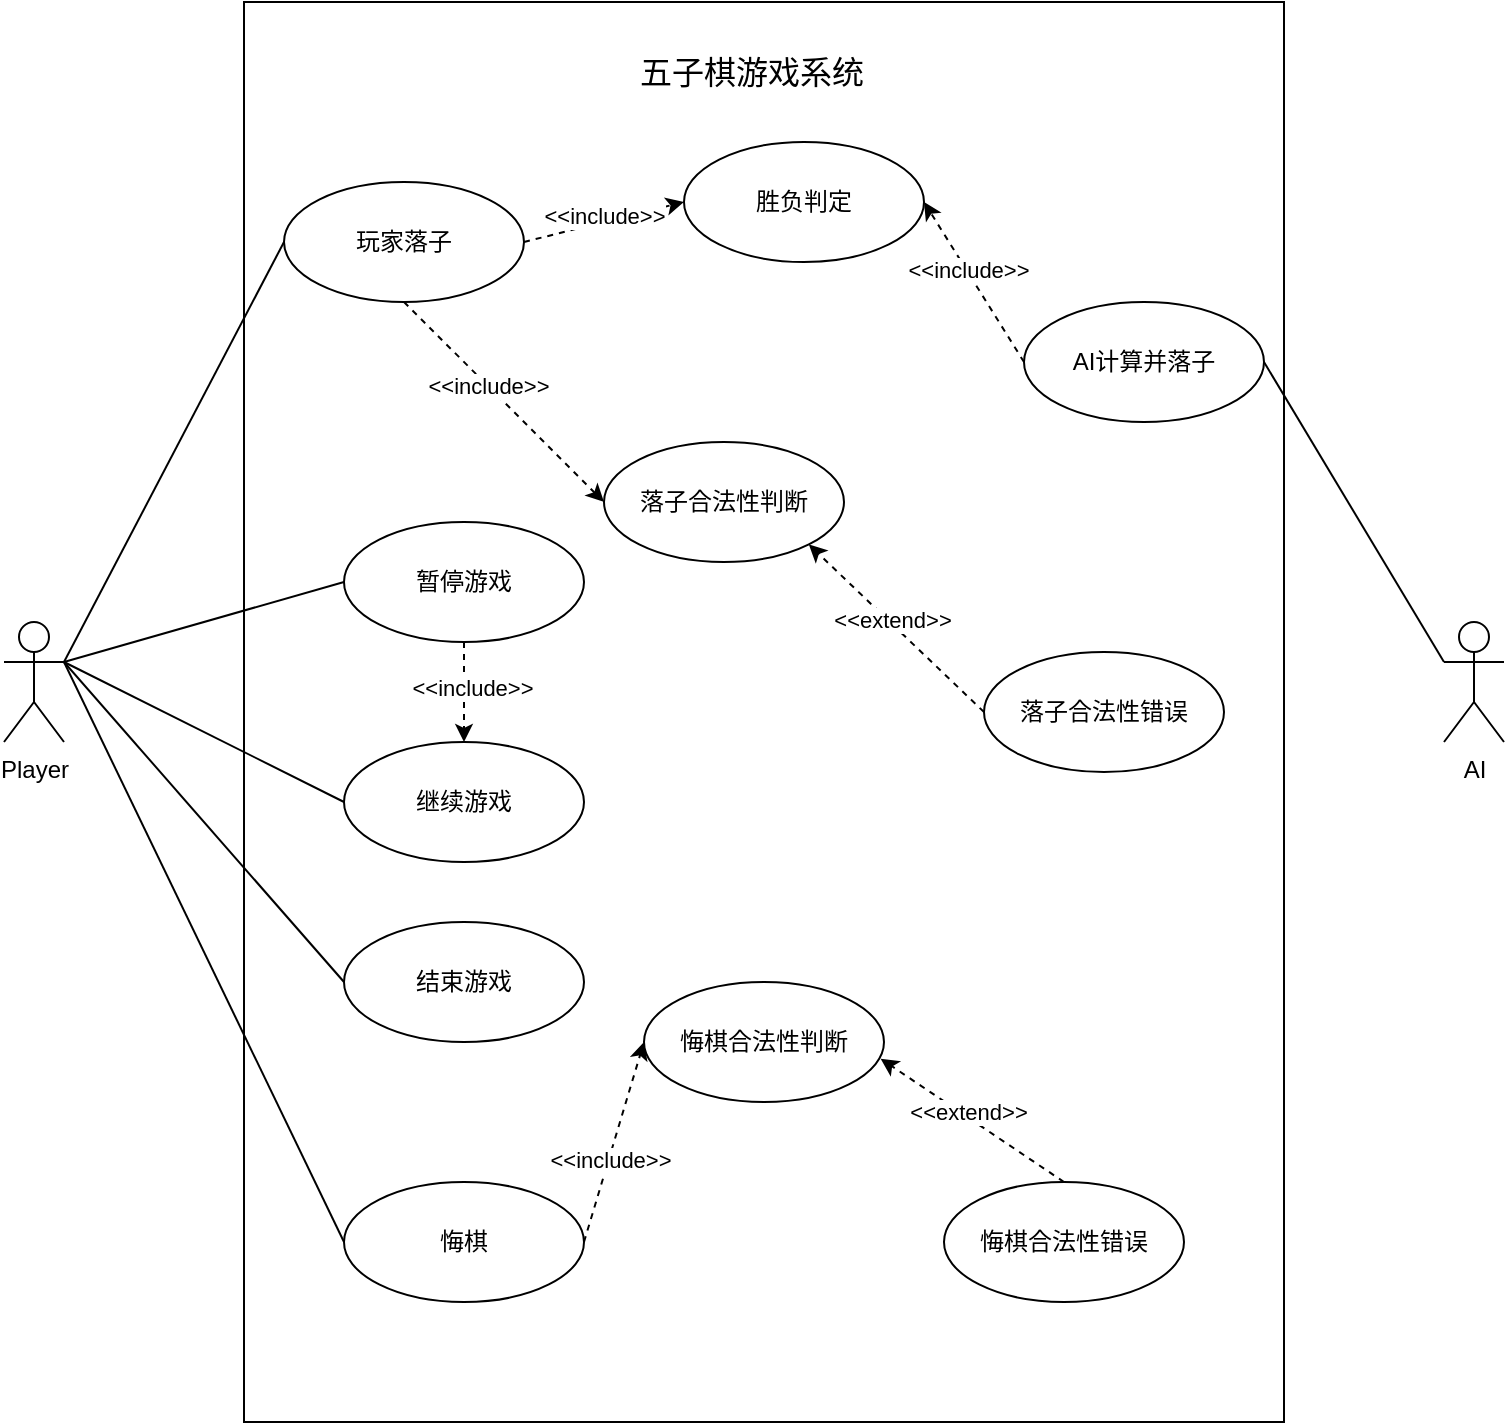
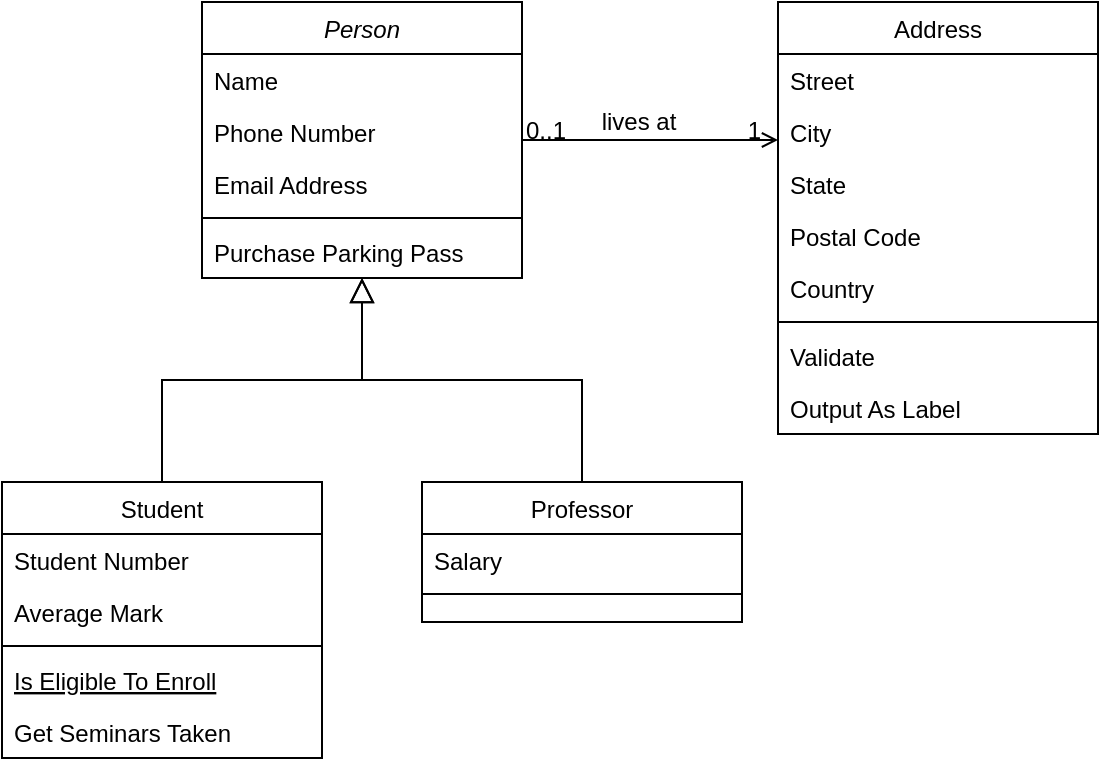
<mxfile host="app.diagrams.net">
-   <diagram name="Page-1" id="mYUad11Odgced4m4luzt">
-     <mxGraphModel dx="1201" dy="825" grid="1" gridSize="10" guides="1" tooltips="1" connect="1" arrows="1" fold="1" page="1" pageScale="1" pageWidth="827" pageHeight="1169" math="0" shadow="0">
+   <diagram id="C5RBs43oDa-KdzZeNtuy" name="Page-1">
+     <mxGraphModel dx="1223" dy="871" grid="1" gridSize="10" guides="1" tooltips="1" connect="1" arrows="1" fold="1" page="1" pageScale="1" pageWidth="827" pageHeight="1169" math="0" shadow="0">
      <root>
-         <mxCell id="0" />
-         <mxCell id="1" parent="0" />
-         <mxCell id="FT644iExh8YyQrtBqDw--9" parent="1" style="shape=umlActor;verticalLabelPosition=bottom;verticalAlign=top;html=1;outlineConnect=0;" value="Player" vertex="1">
-           <mxGeometry height="60" width="30" x="40" y="460" as="geometry" />
-         </mxCell>
-         <mxCell id="FT644iExh8YyQrtBqDw--10" parent="1" style="rounded=0;whiteSpace=wrap;html=1;" value="" vertex="1">
-           <mxGeometry height="710" width="520" x="160" y="150" as="geometry" />
-         </mxCell>
-         <mxCell id="FT644iExh8YyQrtBqDw--8" parent="1" style="text;html=1;whiteSpace=wrap;strokeColor=none;fillColor=none;align=center;verticalAlign=middle;rounded=0;" value="&lt;font style=&quot;font-size: 16px;&quot;&gt;五子棋游戏系统&lt;/font&gt;" vertex="1">
-           <mxGeometry height="30" width="240" x="294" y="170" as="geometry" />
-         </mxCell>
-         <mxCell id="fBbN4jeV9DzmqmJLsIvL-6" edge="1" parent="1" source="FT644iExh8YyQrtBqDw--14" style="rounded=0;orthogonalLoop=1;jettySize=auto;html=1;exitX=0;exitY=0.3333333333333333;exitDx=0;exitDy=0;exitPerimeter=0;entryX=1;entryY=0.5;entryDx=0;entryDy=0;endArrow=none;endFill=0;" target="FT644iExh8YyQrtBqDw--17">
-           <mxGeometry relative="1" as="geometry" />
-         </mxCell>
-         <mxCell id="FT644iExh8YyQrtBqDw--14" parent="1" style="shape=umlActor;verticalLabelPosition=bottom;verticalAlign=top;html=1;outlineConnect=0;" value="AI&lt;div&gt;&lt;br&gt;&lt;/div&gt;" vertex="1">
-           <mxGeometry height="60" width="30" x="760" y="460" as="geometry" />
-         </mxCell>
-         <mxCell id="fBbN4jeV9DzmqmJLsIvL-8" edge="1" parent="1" source="FT644iExh8YyQrtBqDw--16" style="rounded=0;orthogonalLoop=1;jettySize=auto;html=1;exitX=1;exitY=0.5;exitDx=0;exitDy=0;entryX=0;entryY=0.5;entryDx=0;entryDy=0;dashed=1;" target="fBbN4jeV9DzmqmJLsIvL-7">
-           <mxGeometry relative="1" as="geometry" />
-         </mxCell>
-         <mxCell id="fBbN4jeV9DzmqmJLsIvL-10" connectable="0" parent="fBbN4jeV9DzmqmJLsIvL-8" style="edgeLabel;html=1;align=center;verticalAlign=middle;resizable=0;points=[];" value="&amp;lt;&amp;lt;include&amp;gt;&amp;gt;" vertex="1">
-           <mxGeometry relative="1" x="0.0178" y="3" as="geometry">
-             <mxPoint as="offset" />
+         <mxCell id="WIyWlLk6GJQsqaUBKTNV-0" />
+         <mxCell id="WIyWlLk6GJQsqaUBKTNV-1" parent="WIyWlLk6GJQsqaUBKTNV-0" />
+         <mxCell id="zkfFHV4jXpPFQw0GAbJ--0" value="Person" style="swimlane;fontStyle=2;align=center;verticalAlign=top;childLayout=stackLayout;horizontal=1;startSize=26;horizontalStack=0;resizeParent=1;resizeLast=0;collapsible=1;marginBottom=0;rounded=0;shadow=0;strokeWidth=1;" parent="WIyWlLk6GJQsqaUBKTNV-1" vertex="1">
+           <mxGeometry x="220" y="120" width="160" height="138" as="geometry">
+             <mxRectangle x="230" y="140" width="160" height="26" as="alternateBounds" />
          </mxGeometry>
        </mxCell>
-         <mxCell id="FT644iExh8YyQrtBqDw--16" parent="1" style="ellipse;whiteSpace=wrap;html=1;" value="玩家落子" vertex="1">
-           <mxGeometry height="60" width="120" x="180" y="240" as="geometry" />
+         <mxCell id="zkfFHV4jXpPFQw0GAbJ--1" value="Name" style="text;align=left;verticalAlign=top;spacingLeft=4;spacingRight=4;overflow=hidden;rotatable=0;points=[[0,0.5],[1,0.5]];portConstraint=eastwest;" parent="zkfFHV4jXpPFQw0GAbJ--0" vertex="1">
+           <mxGeometry y="26" width="160" height="26" as="geometry" />
        </mxCell>
-         <mxCell id="FT644iExh8YyQrtBqDw--17" parent="1" style="ellipse;whiteSpace=wrap;html=1;" value="AI计算并落子" vertex="1">
-           <mxGeometry height="60" width="120" x="550" y="300" as="geometry" />
+         <mxCell id="zkfFHV4jXpPFQw0GAbJ--2" value="Phone Number" style="text;align=left;verticalAlign=top;spacingLeft=4;spacingRight=4;overflow=hidden;rotatable=0;points=[[0,0.5],[1,0.5]];portConstraint=eastwest;rounded=0;shadow=0;html=0;" parent="zkfFHV4jXpPFQw0GAbJ--0" vertex="1">
+           <mxGeometry y="52" width="160" height="26" as="geometry" />
        </mxCell>
-         <mxCell id="fBbN4jeV9DzmqmJLsIvL-12" edge="1" parent="1" source="FT644iExh8YyQrtBqDw--18" style="rounded=0;orthogonalLoop=1;jettySize=auto;html=1;dashed=1;" target="FT644iExh8YyQrtBqDw--19" value="">
-           <mxGeometry relative="1" as="geometry" />
+         <mxCell id="zkfFHV4jXpPFQw0GAbJ--3" value="Email Address" style="text;align=left;verticalAlign=top;spacingLeft=4;spacingRight=4;overflow=hidden;rotatable=0;points=[[0,0.5],[1,0.5]];portConstraint=eastwest;rounded=0;shadow=0;html=0;" parent="zkfFHV4jXpPFQw0GAbJ--0" vertex="1">
+           <mxGeometry y="78" width="160" height="26" as="geometry" />
        </mxCell>
-         <mxCell id="fBbN4jeV9DzmqmJLsIvL-14" connectable="0" parent="fBbN4jeV9DzmqmJLsIvL-12" style="edgeLabel;html=1;align=center;verticalAlign=middle;resizable=0;points=[];" value="&amp;lt;&amp;lt;include&amp;gt;&amp;gt;" vertex="1">
-           <mxGeometry relative="1" x="-0.1067" y="4" as="geometry">
-             <mxPoint as="offset" />
+         <mxCell id="zkfFHV4jXpPFQw0GAbJ--4" value="" style="line;html=1;strokeWidth=1;align=left;verticalAlign=middle;spacingTop=-1;spacingLeft=3;spacingRight=3;rotatable=0;labelPosition=right;points=[];portConstraint=eastwest;" parent="zkfFHV4jXpPFQw0GAbJ--0" vertex="1">
+           <mxGeometry y="104" width="160" height="8" as="geometry" />
+         </mxCell>
+         <mxCell id="zkfFHV4jXpPFQw0GAbJ--5" value="Purchase Parking Pass" style="text;align=left;verticalAlign=top;spacingLeft=4;spacingRight=4;overflow=hidden;rotatable=0;points=[[0,0.5],[1,0.5]];portConstraint=eastwest;" parent="zkfFHV4jXpPFQw0GAbJ--0" vertex="1">
+           <mxGeometry y="112" width="160" height="26" as="geometry" />
+         </mxCell>
+         <mxCell id="zkfFHV4jXpPFQw0GAbJ--6" value="Student" style="swimlane;fontStyle=0;align=center;verticalAlign=top;childLayout=stackLayout;horizontal=1;startSize=26;horizontalStack=0;resizeParent=1;resizeLast=0;collapsible=1;marginBottom=0;rounded=0;shadow=0;strokeWidth=1;" parent="WIyWlLk6GJQsqaUBKTNV-1" vertex="1">
+           <mxGeometry x="120" y="360" width="160" height="138" as="geometry">
+             <mxRectangle x="130" y="380" width="160" height="26" as="alternateBounds" />
          </mxGeometry>
        </mxCell>
-         <mxCell id="FT644iExh8YyQrtBqDw--18" parent="1" style="ellipse;whiteSpace=wrap;html=1;" value="暂停游戏" vertex="1">
-           <mxGeometry height="60" width="120" x="210" y="410" as="geometry" />
+         <mxCell id="zkfFHV4jXpPFQw0GAbJ--7" value="Student Number" style="text;align=left;verticalAlign=top;spacingLeft=4;spacingRight=4;overflow=hidden;rotatable=0;points=[[0,0.5],[1,0.5]];portConstraint=eastwest;" parent="zkfFHV4jXpPFQw0GAbJ--6" vertex="1">
+           <mxGeometry y="26" width="160" height="26" as="geometry" />
        </mxCell>
-         <mxCell id="FT644iExh8YyQrtBqDw--19" parent="1" style="ellipse;whiteSpace=wrap;html=1;" value="继续游戏" vertex="1">
-           <mxGeometry height="60" width="120" x="210" y="520" as="geometry" />
+         <mxCell id="zkfFHV4jXpPFQw0GAbJ--8" value="Average Mark" style="text;align=left;verticalAlign=top;spacingLeft=4;spacingRight=4;overflow=hidden;rotatable=0;points=[[0,0.5],[1,0.5]];portConstraint=eastwest;rounded=0;shadow=0;html=0;" parent="zkfFHV4jXpPFQw0GAbJ--6" vertex="1">
+           <mxGeometry y="52" width="160" height="26" as="geometry" />
        </mxCell>
-         <mxCell id="FT644iExh8YyQrtBqDw--20" parent="1" style="ellipse;whiteSpace=wrap;html=1;" value="结束游戏" vertex="1">
-           <mxGeometry height="60" width="120" x="210" y="610" as="geometry" />
+         <mxCell id="zkfFHV4jXpPFQw0GAbJ--9" value="" style="line;html=1;strokeWidth=1;align=left;verticalAlign=middle;spacingTop=-1;spacingLeft=3;spacingRight=3;rotatable=0;labelPosition=right;points=[];portConstraint=eastwest;" parent="zkfFHV4jXpPFQw0GAbJ--6" vertex="1">
+           <mxGeometry y="78" width="160" height="8" as="geometry" />
        </mxCell>
-         <mxCell id="FT644iExh8YyQrtBqDw--21" parent="1" style="ellipse;whiteSpace=wrap;html=1;" value="悔棋" vertex="1">
-           <mxGeometry height="60" width="120" x="210" y="740" as="geometry" />
+         <mxCell id="zkfFHV4jXpPFQw0GAbJ--10" value="Is Eligible To Enroll" style="text;align=left;verticalAlign=top;spacingLeft=4;spacingRight=4;overflow=hidden;rotatable=0;points=[[0,0.5],[1,0.5]];portConstraint=eastwest;fontStyle=4" parent="zkfFHV4jXpPFQw0GAbJ--6" vertex="1">
+           <mxGeometry y="86" width="160" height="26" as="geometry" />
        </mxCell>
-         <mxCell id="fBbN4jeV9DzmqmJLsIvL-1" edge="1" parent="1" source="FT644iExh8YyQrtBqDw--9" style="rounded=0;orthogonalLoop=1;jettySize=auto;html=1;exitX=1;exitY=0.3333333333333333;exitDx=0;exitDy=0;exitPerimeter=0;entryX=0;entryY=0.5;entryDx=0;entryDy=0;endArrow=none;endFill=0;" target="FT644iExh8YyQrtBqDw--16">
-           <mxGeometry relative="1" as="geometry" />
+         <mxCell id="zkfFHV4jXpPFQw0GAbJ--11" value="Get Seminars Taken" style="text;align=left;verticalAlign=top;spacingLeft=4;spacingRight=4;overflow=hidden;rotatable=0;points=[[0,0.5],[1,0.5]];portConstraint=eastwest;" parent="zkfFHV4jXpPFQw0GAbJ--6" vertex="1">
+           <mxGeometry y="112" width="160" height="26" as="geometry" />
        </mxCell>
-         <mxCell id="fBbN4jeV9DzmqmJLsIvL-2" edge="1" parent="1" source="FT644iExh8YyQrtBqDw--9" style="rounded=0;orthogonalLoop=1;jettySize=auto;html=1;exitX=1;exitY=0.3333333333333333;exitDx=0;exitDy=0;exitPerimeter=0;entryX=0;entryY=0.5;entryDx=0;entryDy=0;endArrow=none;endFill=0;" target="FT644iExh8YyQrtBqDw--18">
-           <mxGeometry relative="1" as="geometry" />
-         </mxCell>
-         <mxCell id="fBbN4jeV9DzmqmJLsIvL-3" edge="1" parent="1" source="FT644iExh8YyQrtBqDw--9" style="rounded=0;orthogonalLoop=1;jettySize=auto;html=1;exitX=1;exitY=0.3333333333333333;exitDx=0;exitDy=0;exitPerimeter=0;entryX=0;entryY=0.5;entryDx=0;entryDy=0;endArrow=none;endFill=0;" target="FT644iExh8YyQrtBqDw--19">
-           <mxGeometry relative="1" as="geometry" />
-         </mxCell>
-         <mxCell id="fBbN4jeV9DzmqmJLsIvL-4" edge="1" parent="1" source="FT644iExh8YyQrtBqDw--9" style="rounded=0;orthogonalLoop=1;jettySize=auto;html=1;exitX=1;exitY=0.3333333333333333;exitDx=0;exitDy=0;exitPerimeter=0;entryX=0;entryY=0.5;entryDx=0;entryDy=0;endArrow=none;endFill=0;" target="FT644iExh8YyQrtBqDw--20">
-           <mxGeometry relative="1" as="geometry" />
-         </mxCell>
-         <mxCell id="fBbN4jeV9DzmqmJLsIvL-5" edge="1" parent="1" source="FT644iExh8YyQrtBqDw--9" style="rounded=0;orthogonalLoop=1;jettySize=auto;html=1;exitX=1;exitY=0.3333333333333333;exitDx=0;exitDy=0;exitPerimeter=0;entryX=0;entryY=0.5;entryDx=0;entryDy=0;endArrow=none;endFill=0;" target="FT644iExh8YyQrtBqDw--21">
-           <mxGeometry relative="1" as="geometry" />
-         </mxCell>
-         <mxCell id="fBbN4jeV9DzmqmJLsIvL-7" parent="1" style="ellipse;whiteSpace=wrap;html=1;" value="胜负判定" vertex="1">
-           <mxGeometry height="60" width="120" x="380" y="220" as="geometry" />
-         </mxCell>
-         <mxCell id="fBbN4jeV9DzmqmJLsIvL-9" edge="1" parent="1" source="FT644iExh8YyQrtBqDw--17" style="rounded=0;orthogonalLoop=1;jettySize=auto;html=1;exitX=0;exitY=0.5;exitDx=0;exitDy=0;entryX=1;entryY=0.5;entryDx=0;entryDy=0;dashed=1;" target="fBbN4jeV9DzmqmJLsIvL-7">
-           <mxGeometry relative="1" as="geometry">
-             <mxPoint x="390" y="310" as="sourcePoint" />
-             <mxPoint x="480" y="280" as="targetPoint" />
+         <mxCell id="zkfFHV4jXpPFQw0GAbJ--12" value="" style="endArrow=block;endSize=10;endFill=0;shadow=0;strokeWidth=1;rounded=0;curved=0;edgeStyle=elbowEdgeStyle;elbow=vertical;" parent="WIyWlLk6GJQsqaUBKTNV-1" source="zkfFHV4jXpPFQw0GAbJ--6" target="zkfFHV4jXpPFQw0GAbJ--0" edge="1">
+           <mxGeometry width="160" relative="1" as="geometry">
+             <mxPoint x="200" y="203" as="sourcePoint" />
+             <mxPoint x="200" y="203" as="targetPoint" />
          </mxGeometry>
        </mxCell>
-         <mxCell id="fBbN4jeV9DzmqmJLsIvL-11" connectable="0" parent="fBbN4jeV9DzmqmJLsIvL-9" style="edgeLabel;html=1;align=center;verticalAlign=middle;resizable=0;points=[];" value="&amp;lt;&amp;lt;include&amp;gt;&amp;gt;" vertex="1">
-           <mxGeometry relative="1" x="0.1467" as="geometry">
-             <mxPoint as="offset" />
+         <mxCell id="zkfFHV4jXpPFQw0GAbJ--13" value="Professor" style="swimlane;fontStyle=0;align=center;verticalAlign=top;childLayout=stackLayout;horizontal=1;startSize=26;horizontalStack=0;resizeParent=1;resizeLast=0;collapsible=1;marginBottom=0;rounded=0;shadow=0;strokeWidth=1;" parent="WIyWlLk6GJQsqaUBKTNV-1" vertex="1">
+           <mxGeometry x="330" y="360" width="160" height="70" as="geometry">
+             <mxRectangle x="340" y="380" width="170" height="26" as="alternateBounds" />
          </mxGeometry>
        </mxCell>
-         <mxCell id="fBbN4jeV9DzmqmJLsIvL-16" parent="1" style="ellipse;whiteSpace=wrap;html=1;" value="落子合法性判断" vertex="1">
-           <mxGeometry height="60" width="120" x="340" y="370" as="geometry" />
+         <mxCell id="zkfFHV4jXpPFQw0GAbJ--14" value="Salary" style="text;align=left;verticalAlign=top;spacingLeft=4;spacingRight=4;overflow=hidden;rotatable=0;points=[[0,0.5],[1,0.5]];portConstraint=eastwest;" parent="zkfFHV4jXpPFQw0GAbJ--13" vertex="1">
+           <mxGeometry y="26" width="160" height="26" as="geometry" />
        </mxCell>
-         <mxCell id="fBbN4jeV9DzmqmJLsIvL-20" edge="1" parent="1" source="fBbN4jeV9DzmqmJLsIvL-17" style="rounded=0;orthogonalLoop=1;jettySize=auto;html=1;exitX=0;exitY=0.5;exitDx=0;exitDy=0;entryX=1;entryY=1;entryDx=0;entryDy=0;dashed=1;" target="fBbN4jeV9DzmqmJLsIvL-16">
-           <mxGeometry relative="1" as="geometry" />
+         <mxCell id="zkfFHV4jXpPFQw0GAbJ--15" value="" style="line;html=1;strokeWidth=1;align=left;verticalAlign=middle;spacingTop=-1;spacingLeft=3;spacingRight=3;rotatable=0;labelPosition=right;points=[];portConstraint=eastwest;" parent="zkfFHV4jXpPFQw0GAbJ--13" vertex="1">
+           <mxGeometry y="52" width="160" height="8" as="geometry" />
        </mxCell>
-         <mxCell id="fBbN4jeV9DzmqmJLsIvL-21" connectable="0" parent="fBbN4jeV9DzmqmJLsIvL-20" style="edgeLabel;html=1;align=center;verticalAlign=middle;resizable=0;points=[];" value="&amp;lt;&amp;lt;extend&amp;gt;&amp;gt;" vertex="1">
-           <mxGeometry relative="1" x="0.0795" y="-2" as="geometry">
-             <mxPoint as="offset" />
+         <mxCell id="zkfFHV4jXpPFQw0GAbJ--16" value="" style="endArrow=block;endSize=10;endFill=0;shadow=0;strokeWidth=1;rounded=0;curved=0;edgeStyle=elbowEdgeStyle;elbow=vertical;" parent="WIyWlLk6GJQsqaUBKTNV-1" source="zkfFHV4jXpPFQw0GAbJ--13" target="zkfFHV4jXpPFQw0GAbJ--0" edge="1">
+           <mxGeometry width="160" relative="1" as="geometry">
+             <mxPoint x="210" y="373" as="sourcePoint" />
+             <mxPoint x="310" y="271" as="targetPoint" />
          </mxGeometry>
        </mxCell>
-         <mxCell id="fBbN4jeV9DzmqmJLsIvL-17" parent="1" style="ellipse;whiteSpace=wrap;html=1;" value="落子合法性错误" vertex="1">
-           <mxGeometry height="60" width="120" x="530" y="475" as="geometry" />
-         </mxCell>
-         <mxCell id="fBbN4jeV9DzmqmJLsIvL-18" edge="1" parent="1" source="FT644iExh8YyQrtBqDw--16" style="rounded=0;orthogonalLoop=1;jettySize=auto;html=1;exitX=0.5;exitY=1;exitDx=0;exitDy=0;entryX=0;entryY=0.5;entryDx=0;entryDy=0;dashed=1;" target="fBbN4jeV9DzmqmJLsIvL-16">
-           <mxGeometry relative="1" as="geometry" />
-         </mxCell>
-         <mxCell id="fBbN4jeV9DzmqmJLsIvL-19" connectable="0" parent="fBbN4jeV9DzmqmJLsIvL-18" style="edgeLabel;html=1;align=center;verticalAlign=middle;resizable=0;points=[];" value="&amp;lt;&amp;lt;include&amp;gt;&amp;gt;" vertex="1">
-           <mxGeometry relative="1" x="-0.1682" as="geometry">
-             <mxPoint as="offset" />
+         <mxCell id="zkfFHV4jXpPFQw0GAbJ--17" value="Address" style="swimlane;fontStyle=0;align=center;verticalAlign=top;childLayout=stackLayout;horizontal=1;startSize=26;horizontalStack=0;resizeParent=1;resizeLast=0;collapsible=1;marginBottom=0;rounded=0;shadow=0;strokeWidth=1;" parent="WIyWlLk6GJQsqaUBKTNV-1" vertex="1">
+           <mxGeometry x="508" y="120" width="160" height="216" as="geometry">
+             <mxRectangle x="550" y="140" width="160" height="26" as="alternateBounds" />
          </mxGeometry>
        </mxCell>
-         <mxCell id="fBbN4jeV9DzmqmJLsIvL-22" parent="1" style="ellipse;whiteSpace=wrap;html=1;" value="悔棋&lt;span style=&quot;color: rgba(0, 0, 0, 0); font-family: monospace; font-size: 0px; text-align: start; white-space: nowrap;&quot;&gt;%3CmxGraphModel%3E%3Croot%3E%3CmxCell%20id%3D%220%22%2F%3E%3CmxCell%20id%3D%221%22%20parent%3D%220%22%2F%3E%3CmxCell%20id%3D%222%22%20parent%3D%221%22%20style%3D%22ellipse%3BwhiteSpace%3Dwrap%3Bhtml%3D1%3B%22%20value%3D%22%E8%90%BD%E5%AD%90%E5%90%88%E6%B3%95%E6%80%A7%E5%88%A4%E6%96%AD%22%20vertex%3D%221%22%3E%3CmxGeometry%20height%3D%2260%22%20width%3D%22120%22%20x%3D%22340%22%20y%3D%22370%22%20as%3D%22geometry%22%2F%3E%3C%2FmxCell%3E%3C%2Froot%3E%3C%2FmxGraphModel%3E&lt;/span&gt;合法性判断" vertex="1">
-           <mxGeometry height="60" width="120" x="360" y="640" as="geometry" />
+         <mxCell id="zkfFHV4jXpPFQw0GAbJ--18" value="Street" style="text;align=left;verticalAlign=top;spacingLeft=4;spacingRight=4;overflow=hidden;rotatable=0;points=[[0,0.5],[1,0.5]];portConstraint=eastwest;" parent="zkfFHV4jXpPFQw0GAbJ--17" vertex="1">
+           <mxGeometry y="26" width="160" height="26" as="geometry" />
        </mxCell>
-         <mxCell id="fBbN4jeV9DzmqmJLsIvL-23" parent="1" style="ellipse;whiteSpace=wrap;html=1;" value="悔棋合法性错误" vertex="1">
-           <mxGeometry height="60" width="120" x="510" y="740" as="geometry" />
+         <mxCell id="zkfFHV4jXpPFQw0GAbJ--19" value="City" style="text;align=left;verticalAlign=top;spacingLeft=4;spacingRight=4;overflow=hidden;rotatable=0;points=[[0,0.5],[1,0.5]];portConstraint=eastwest;rounded=0;shadow=0;html=0;" parent="zkfFHV4jXpPFQw0GAbJ--17" vertex="1">
+           <mxGeometry y="52" width="160" height="26" as="geometry" />
        </mxCell>
-         <mxCell id="fBbN4jeV9DzmqmJLsIvL-24" edge="1" parent="1" source="FT644iExh8YyQrtBqDw--21" style="rounded=0;orthogonalLoop=1;jettySize=auto;html=1;exitX=1;exitY=0.5;exitDx=0;exitDy=0;entryX=0;entryY=0.5;entryDx=0;entryDy=0;dashed=1;" target="fBbN4jeV9DzmqmJLsIvL-22">
-           <mxGeometry relative="1" as="geometry">
-             <mxPoint x="340" y="760" as="sourcePoint" />
-             <mxPoint x="440" y="860" as="targetPoint" />
+         <mxCell id="zkfFHV4jXpPFQw0GAbJ--20" value="State" style="text;align=left;verticalAlign=top;spacingLeft=4;spacingRight=4;overflow=hidden;rotatable=0;points=[[0,0.5],[1,0.5]];portConstraint=eastwest;rounded=0;shadow=0;html=0;" parent="zkfFHV4jXpPFQw0GAbJ--17" vertex="1">
+           <mxGeometry y="78" width="160" height="26" as="geometry" />
+         </mxCell>
+         <mxCell id="zkfFHV4jXpPFQw0GAbJ--21" value="Postal Code" style="text;align=left;verticalAlign=top;spacingLeft=4;spacingRight=4;overflow=hidden;rotatable=0;points=[[0,0.5],[1,0.5]];portConstraint=eastwest;rounded=0;shadow=0;html=0;" parent="zkfFHV4jXpPFQw0GAbJ--17" vertex="1">
+           <mxGeometry y="104" width="160" height="26" as="geometry" />
+         </mxCell>
+         <mxCell id="zkfFHV4jXpPFQw0GAbJ--22" value="Country" style="text;align=left;verticalAlign=top;spacingLeft=4;spacingRight=4;overflow=hidden;rotatable=0;points=[[0,0.5],[1,0.5]];portConstraint=eastwest;rounded=0;shadow=0;html=0;" parent="zkfFHV4jXpPFQw0GAbJ--17" vertex="1">
+           <mxGeometry y="130" width="160" height="26" as="geometry" />
+         </mxCell>
+         <mxCell id="zkfFHV4jXpPFQw0GAbJ--23" value="" style="line;html=1;strokeWidth=1;align=left;verticalAlign=middle;spacingTop=-1;spacingLeft=3;spacingRight=3;rotatable=0;labelPosition=right;points=[];portConstraint=eastwest;" parent="zkfFHV4jXpPFQw0GAbJ--17" vertex="1">
+           <mxGeometry y="156" width="160" height="8" as="geometry" />
+         </mxCell>
+         <mxCell id="zkfFHV4jXpPFQw0GAbJ--24" value="Validate" style="text;align=left;verticalAlign=top;spacingLeft=4;spacingRight=4;overflow=hidden;rotatable=0;points=[[0,0.5],[1,0.5]];portConstraint=eastwest;" parent="zkfFHV4jXpPFQw0GAbJ--17" vertex="1">
+           <mxGeometry y="164" width="160" height="26" as="geometry" />
+         </mxCell>
+         <mxCell id="zkfFHV4jXpPFQw0GAbJ--25" value="Output As Label" style="text;align=left;verticalAlign=top;spacingLeft=4;spacingRight=4;overflow=hidden;rotatable=0;points=[[0,0.5],[1,0.5]];portConstraint=eastwest;" parent="zkfFHV4jXpPFQw0GAbJ--17" vertex="1">
+           <mxGeometry y="190" width="160" height="26" as="geometry" />
+         </mxCell>
+         <mxCell id="zkfFHV4jXpPFQw0GAbJ--26" value="" style="endArrow=open;shadow=0;strokeWidth=1;rounded=0;curved=0;endFill=1;edgeStyle=elbowEdgeStyle;elbow=vertical;" parent="WIyWlLk6GJQsqaUBKTNV-1" source="zkfFHV4jXpPFQw0GAbJ--0" target="zkfFHV4jXpPFQw0GAbJ--17" edge="1">
+           <mxGeometry x="0.5" y="41" relative="1" as="geometry">
+             <mxPoint x="380" y="192" as="sourcePoint" />
+             <mxPoint x="540" y="192" as="targetPoint" />
+             <mxPoint x="-40" y="32" as="offset" />
          </mxGeometry>
        </mxCell>
-         <mxCell id="fBbN4jeV9DzmqmJLsIvL-25" connectable="0" parent="fBbN4jeV9DzmqmJLsIvL-24" style="edgeLabel;html=1;align=center;verticalAlign=middle;resizable=0;points=[];" value="&amp;lt;&amp;lt;include&amp;gt;&amp;gt;" vertex="1">
-           <mxGeometry relative="1" x="-0.1682" as="geometry">
-             <mxPoint as="offset" />
+         <mxCell id="zkfFHV4jXpPFQw0GAbJ--27" value="0..1" style="resizable=0;align=left;verticalAlign=bottom;labelBackgroundColor=none;fontSize=12;" parent="zkfFHV4jXpPFQw0GAbJ--26" connectable="0" vertex="1">
+           <mxGeometry x="-1" relative="1" as="geometry">
+             <mxPoint y="4" as="offset" />
          </mxGeometry>
        </mxCell>
-         <mxCell id="fBbN4jeV9DzmqmJLsIvL-28" edge="1" parent="1" source="fBbN4jeV9DzmqmJLsIvL-23" style="rounded=0;orthogonalLoop=1;jettySize=auto;html=1;exitX=0.5;exitY=0;exitDx=0;exitDy=0;entryX=0.986;entryY=0.639;entryDx=0;entryDy=0;dashed=1;entryPerimeter=0;" target="fBbN4jeV9DzmqmJLsIvL-22">
-           <mxGeometry relative="1" as="geometry">
-             <mxPoint x="628" y="774" as="sourcePoint" />
-             <mxPoint x="540" y="690" as="targetPoint" />
+         <mxCell id="zkfFHV4jXpPFQw0GAbJ--28" value="1" style="resizable=0;align=right;verticalAlign=bottom;labelBackgroundColor=none;fontSize=12;" parent="zkfFHV4jXpPFQw0GAbJ--26" connectable="0" vertex="1">
+           <mxGeometry x="1" relative="1" as="geometry">
+             <mxPoint x="-7" y="4" as="offset" />
          </mxGeometry>
        </mxCell>
-         <mxCell id="fBbN4jeV9DzmqmJLsIvL-29" connectable="0" parent="fBbN4jeV9DzmqmJLsIvL-28" style="edgeLabel;html=1;align=center;verticalAlign=middle;resizable=0;points=[];" value="&amp;lt;&amp;lt;extend&amp;gt;&amp;gt;" vertex="1">
-           <mxGeometry relative="1" x="0.0795" y="-2" as="geometry">
-             <mxPoint as="offset" />
+         <mxCell id="zkfFHV4jXpPFQw0GAbJ--29" value="lives at" style="text;html=1;resizable=0;points=[];;align=center;verticalAlign=middle;labelBackgroundColor=none;rounded=0;shadow=0;strokeWidth=1;fontSize=12;" parent="zkfFHV4jXpPFQw0GAbJ--26" vertex="1" connectable="0">
+           <mxGeometry x="0.5" y="49" relative="1" as="geometry">
+             <mxPoint x="-38" y="40" as="offset" />
          </mxGeometry>
        </mxCell>
      </root>
    </mxGraphModel>
  </diagram>
</mxfile>
